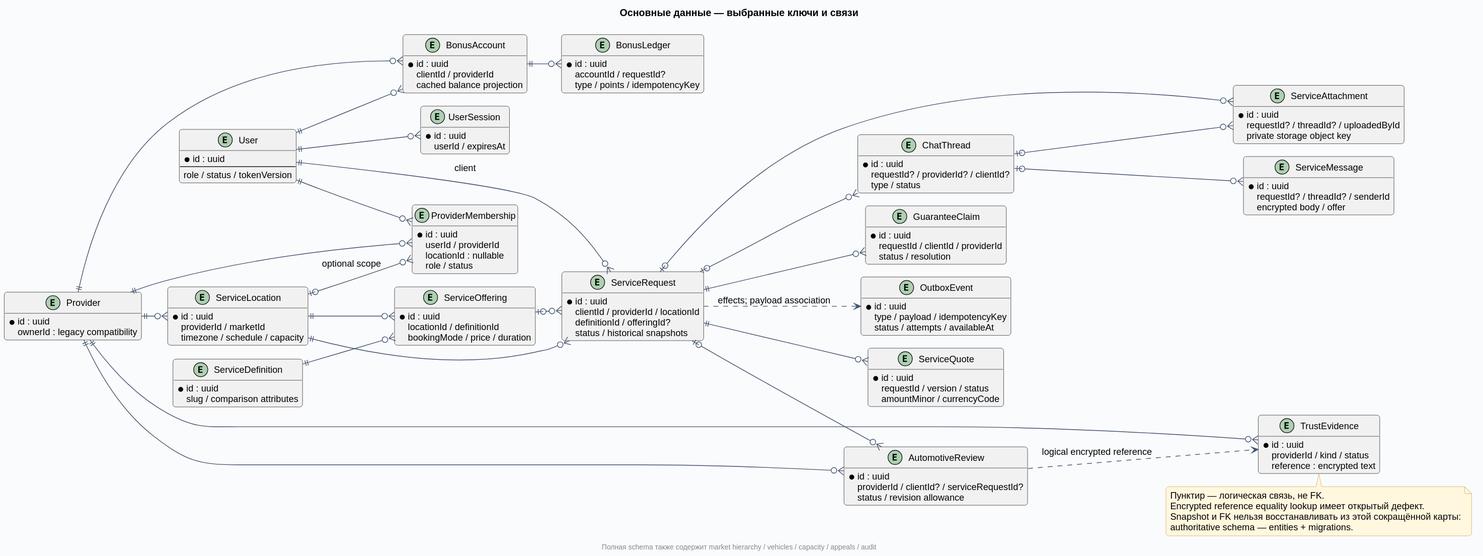
Before: docs/diagrams/rendered/05-domain-data.svg, a diagram exported from PlantUML (Dima163163/auto-care-hub). Source of this version:
```plantuml
@startuml
!include _style.puml
title Основные данные — выбранные ключи и связи
left to right direction
entity "User" as User {
  * id : uuid
  --
  role / status / tokenVersion
}
entity "UserSession" as Session {
  * id : uuid
  userId / expiresAt
}
entity "Provider" as Provider {
  * id : uuid
  ownerId : legacy compatibility
}
entity "ProviderMembership" as Membership {
  * id : uuid
  userId / providerId
  locationId : nullable
  role / status
}
entity "ServiceLocation" as Location {
  * id : uuid
  providerId / marketId
  timezone / schedule / capacity
}
entity "ServiceDefinition" as Definition {
  * id : uuid
  slug / comparison attributes
}
entity "ServiceOffering" as Offering {
  * id : uuid
  locationId / definitionId
  bookingMode / price / duration
}
entity "ServiceRequest" as Request {
  * id : uuid
  clientId / providerId / locationId
  definitionId / offeringId?
  status / historical snapshots
}
entity "ServiceQuote" as Quote {
  * id : uuid
  requestId / version / status
  amountMinor / currencyCode
}
entity "ChatThread" as Thread {
  * id : uuid
  requestId? / providerId? / clientId?
  type / status
}
entity "ServiceMessage" as Message {
  * id : uuid
  requestId? / threadId? / senderId
  encrypted body / offer
}
entity "ServiceAttachment" as Attachment {
  * id : uuid
  requestId? / threadId? / uploadedById
  private storage object key
}
entity "AutomotiveReview" as Review {
  * id : uuid
  providerId / clientId? / serviceRequestId?
  status / revision allowance
}
entity "TrustEvidence" as Evidence {
  * id : uuid
  providerId / kind / status
  reference : encrypted text
}
entity "GuaranteeClaim" as Claim {
  * id : uuid
  requestId / clientId / providerId
  status / resolution
}
entity "BonusAccount" as Account {
  * id : uuid
  clientId / providerId
  cached balance projection
}
entity "BonusLedger" as Ledger {
  * id : uuid
  accountId / requestId?
  type / points / idempotencyKey
}
entity "OutboxEvent" as Outbox {
  * id : uuid
  type / payload / idempotencyKey
  status / attempts / availableAt
}
User ||--o{ Session
User ||--o{ Membership
Provider ||--o{ Membership
Location |o--o{ Membership : optional scope
Provider ||--o{ Location
Location ||--o{ Offering
Definition ||--o{ Offering
User ||--o{ Request : client
Location ||--o{ Request
Offering |o--o{ Request
Request ||--o{ Quote
Request |o--o{ Thread
Thread |o--o{ Message
Thread |o--o{ Attachment
Request |o--o{ Attachment
Request |o--o{ Review
Provider ||--o{ Review
Provider ||--o{ Evidence
Review ..> Evidence : logical encrypted reference
Request ||--o{ Claim
Provider ||--o{ Account
User ||--o{ Account
Account ||--o{ Ledger
Request ..> Outbox : effects; payload association
note bottom of Evidence
  Пунктир — логическая связь, не FK.
  Encrypted reference equality lookup имеет открытый дефект.
  Snapshot и FK нельзя восстанавливать из этой сокращённой карты:
  authoritative schema — entities + migrations.
end note
footer Полная schema также содержит market hierarchy / vehicles / capacity / appeals / audit
@enduml
```
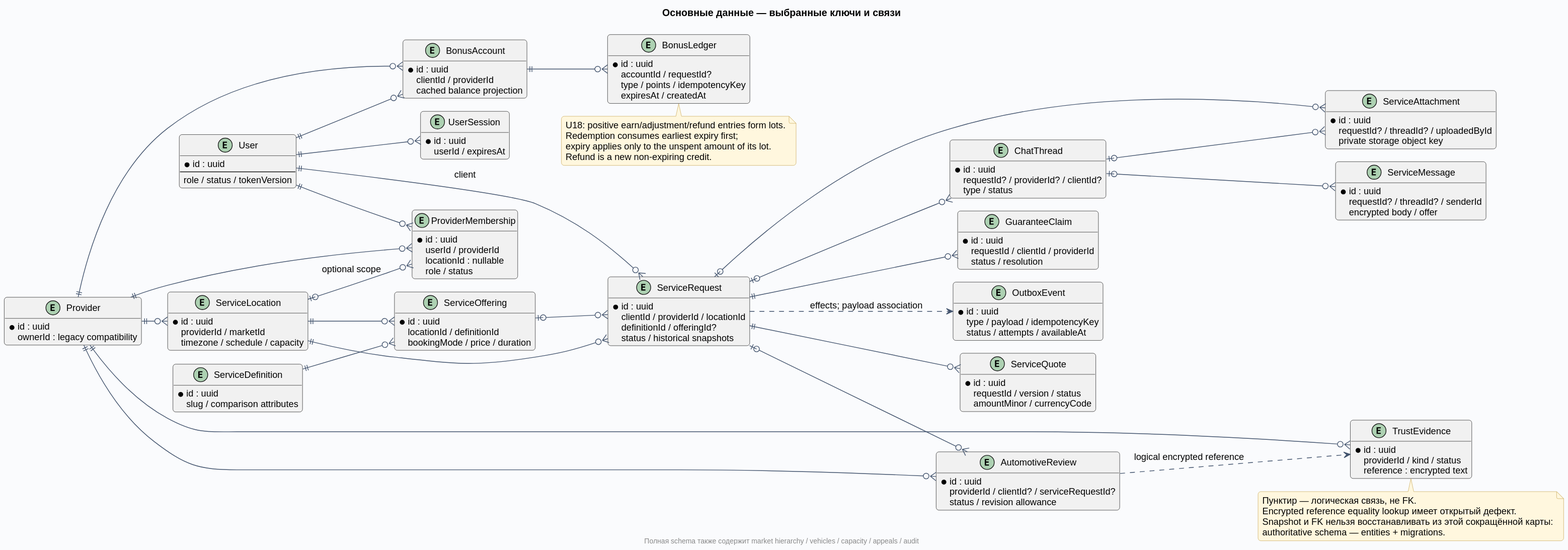
Above is the later version.

What changed in the source:
```diff
@@ -85,6 +85,7 @@
   * id : uuid
   accountId / requestId?
   type / points / idempotencyKey
+  expiresAt / createdAt
 }
 entity "OutboxEvent" as Outbox {
   * id : uuid
@@ -114,6 +115,12 @@
 Provider ||--o{ Account
 User ||--o{ Account
 Account ||--o{ Ledger
+note bottom of Ledger
+  U18: positive earn/adjustment/refund entries form lots.
+  Redemption consumes earliest expiry first;
+  expiry applies only to the unspent amount of its lot.
+  Refund is a new non-expiring credit.
+end note
 Request ..> Outbox : effects; payload association
 note bottom of Evidence
   Пунктир — логическая связь, не FK.
```
